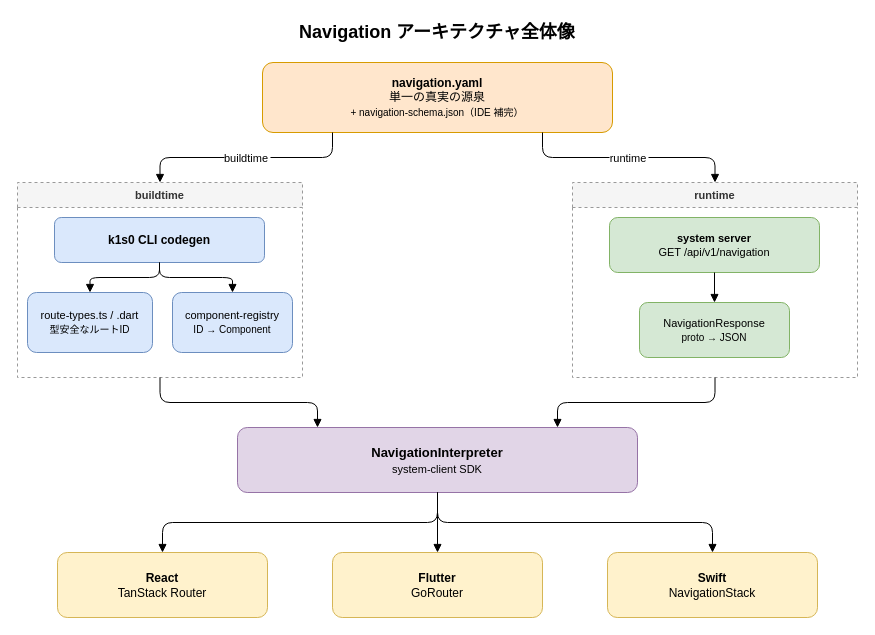
Above: docs/diagrams/navigation-architecture.drawio in RyuheiKiso/k1s0 (draw.io), before the change. Source tidied: cells renumbered, new cells numbered last; positions are measured from the earlier drawing's top-left corner, leaving out a move shared by most shapes. Both pictures are drawn from the tidied source at 100%, with x=0, y=0 at pixel (17, 17).
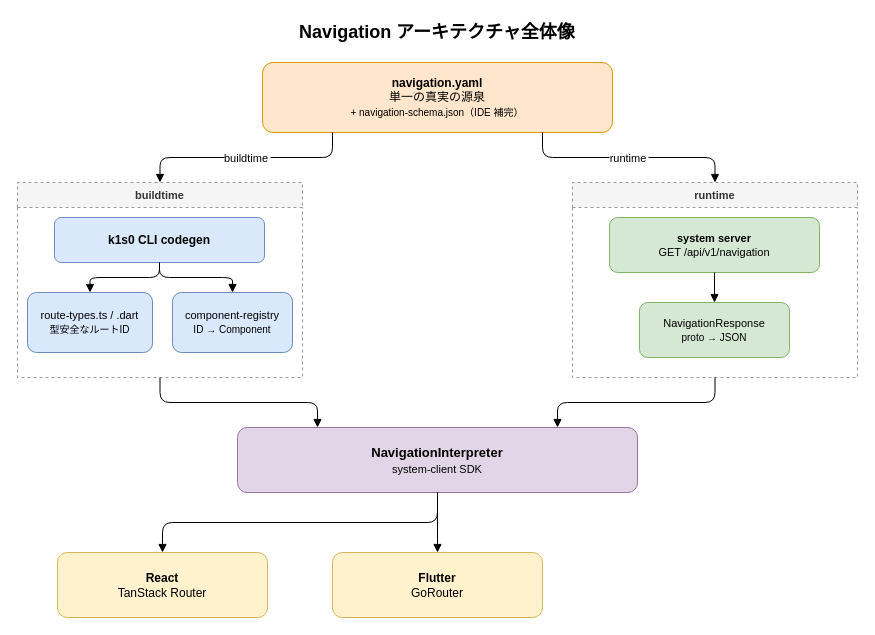
Above is the later version.

Unchanged cells that the change refers to:
```xml
<mxCell id="14" value="&lt;b&gt;NavigationInterpreter&lt;/b&gt;&lt;br&gt;&lt;font style=&quot;font-size:11px&quot;&gt;system-client SDK&lt;/font&gt;" style="rounded=1;whiteSpace=wrap;html=1;fillColor=#e1d5e7;strokeColor=#9673a6;fontSize=13;" parent="1" vertex="1">
  <mxGeometry x="220" y="410" width="400" height="65" as="geometry" />
</mxCell>
```

The edit, as a diff of the source:
```diff
@@
-    <mxCell id="17" value="&lt;b&gt;Swift&lt;/b&gt;&lt;br&gt;NavigationStack" style="rounded=1;whiteSpace=wrap;html=1;fillColor=#fff2cc;strokeColor=#d6b656;fontSize=12;" parent="1" vertex="1">
-      <mxGeometry x="590" y="535" width="210" height="65" as="geometry" />
-    </mxCell>
@@
-    <mxCell id="24" style="edgeStyle=orthogonalEdgeStyle;endArrow=block;endFill=1;" parent="1" edge="1" source="14" target="17">
-      <mxGeometry relative="1" as="geometry" />
-    </mxCell>
```
